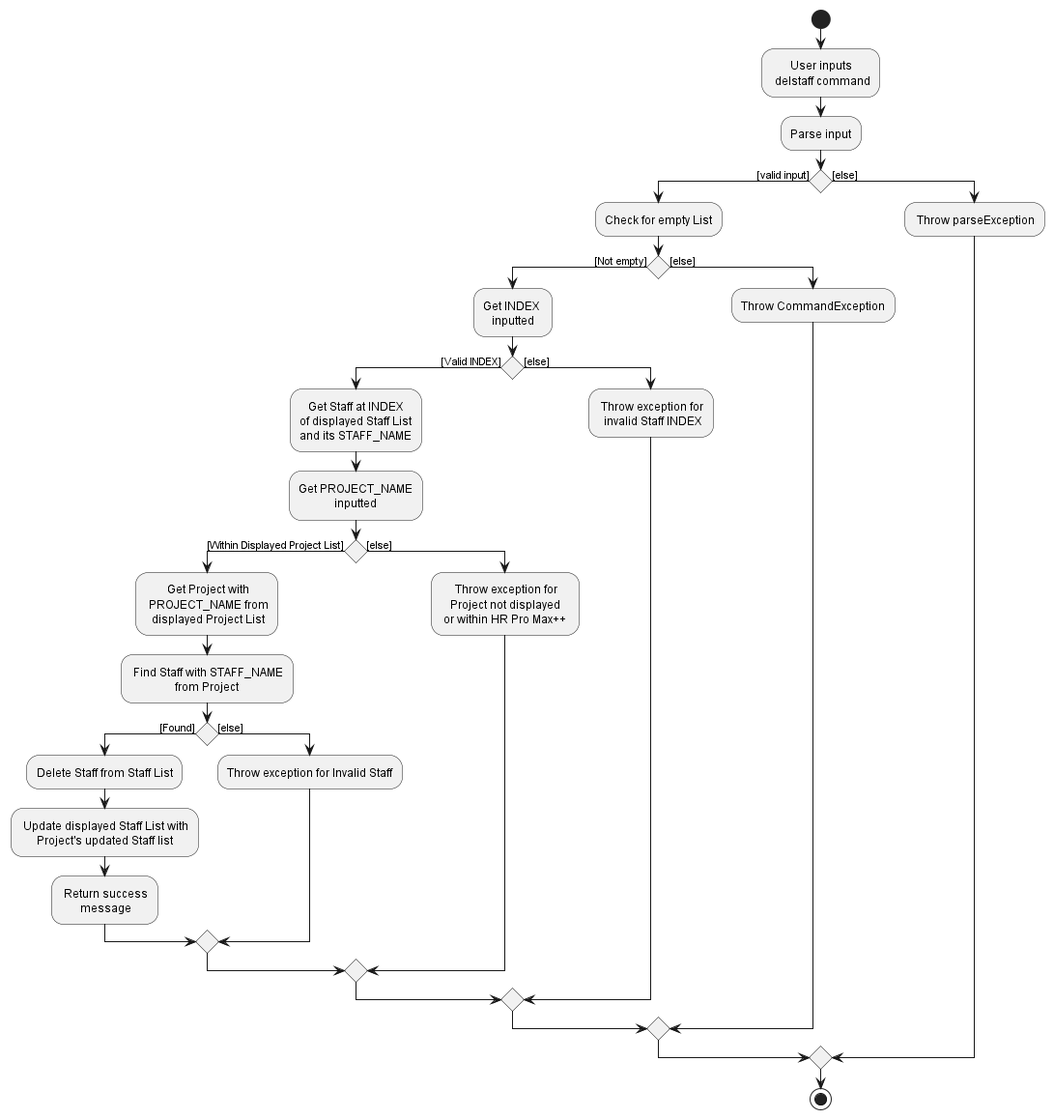
nus-cs2103-AY2223S1/tp keeps this PlantUML diagram as docs/images/DeleteStaffCommandActivityDiagram.png. Above is the earlier version.
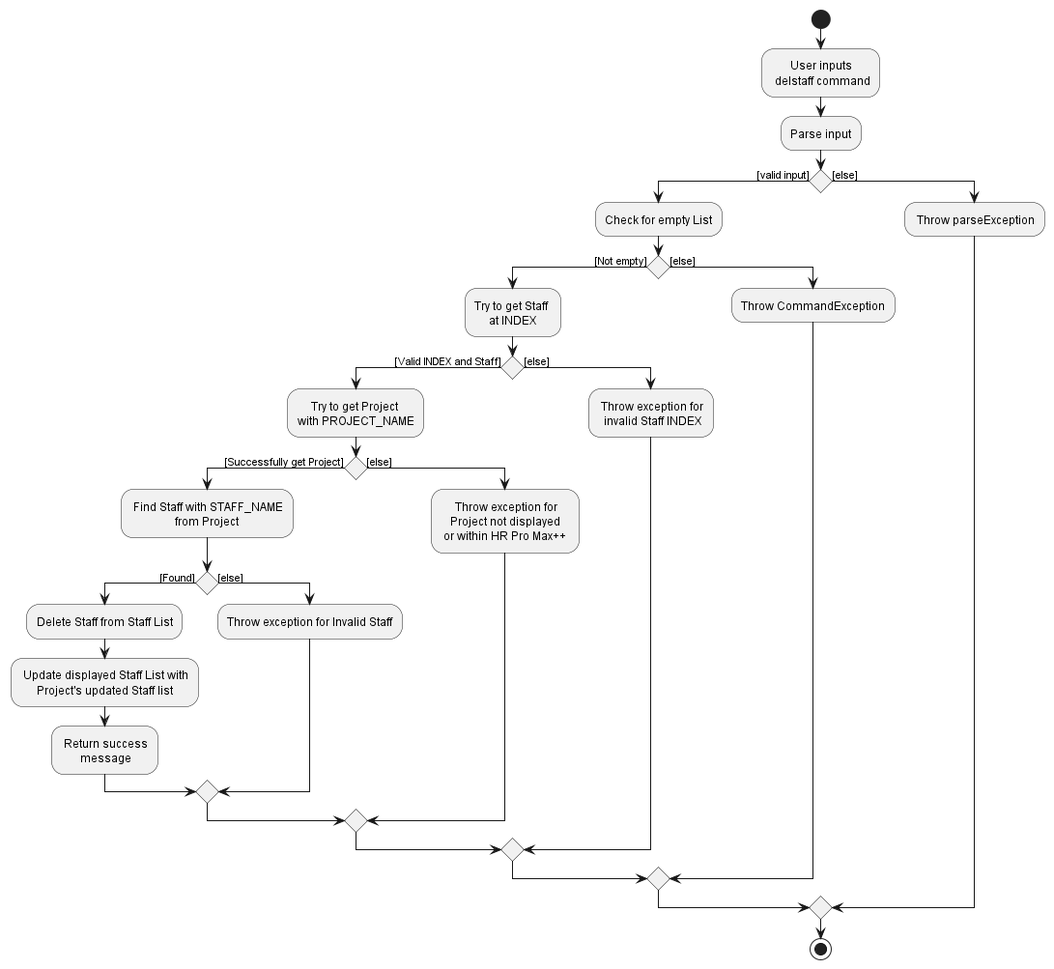
Later version of the same file.

What changed in the source:
```diff
@@ -7,12 +7,11 @@
 if () then ([valid input])
     :Check for empty List;
     if () then ([Not empty])
-        :Get INDEX \ninputted;
-        if () then ([Valid INDEX])
-            :Get Staff at INDEX\nof displayed Staff List\nand its STAFF_NAME;
-            :Get PROJECT_NAME\ninputted;
-            if () then ([Within Displayed Project List])
-                : Get Project with\n PROJECT_NAME from\n displayed Project List;
+        :Try to get Staff \nat INDEX;
+        if () then ([Valid INDEX and Staff])
+            :Try to get Project \nwith PROJECT_NAME;
+            if () then ([Successfully get Project])
+
                 : Find Staff with STAFF_NAME\nfrom Project;
                 if () then ([Found])
                     :Delete Staff from Staff List;
```
